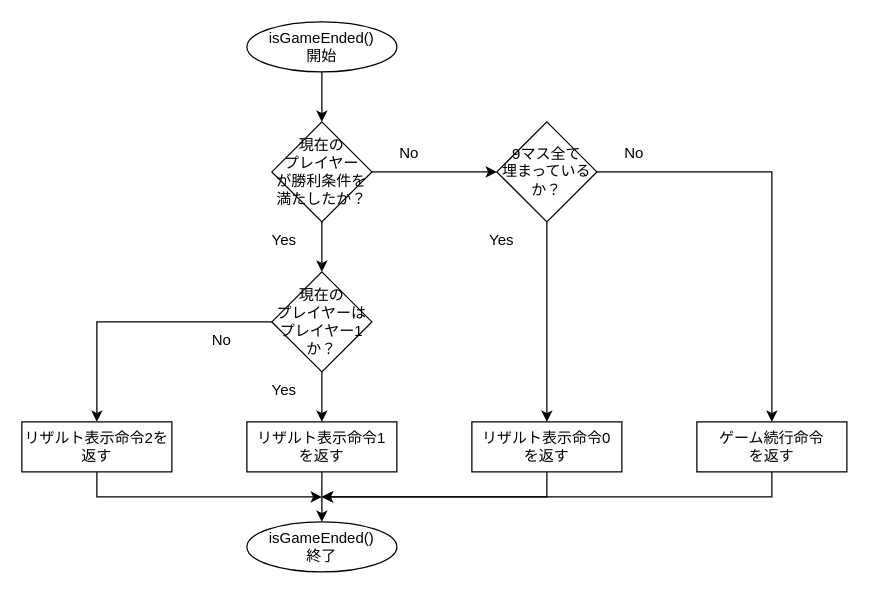
hip-umemura/tic_tac_toe keeps this draw.io diagram as 詳細仕様書/図表/Function/Play_Tic_Tac_toe/isGame_Ended/isGame_Ended.drawio. Above is the earlier version. Source tidied: cells renumbered, new cells numbered last; positions are measured from the earlier drawing's top-left corner, leaving out a move shared by most shapes. Both pictures are drawn from the tidied source at 125%, with x=0, y=0 at pixel (21, 21).
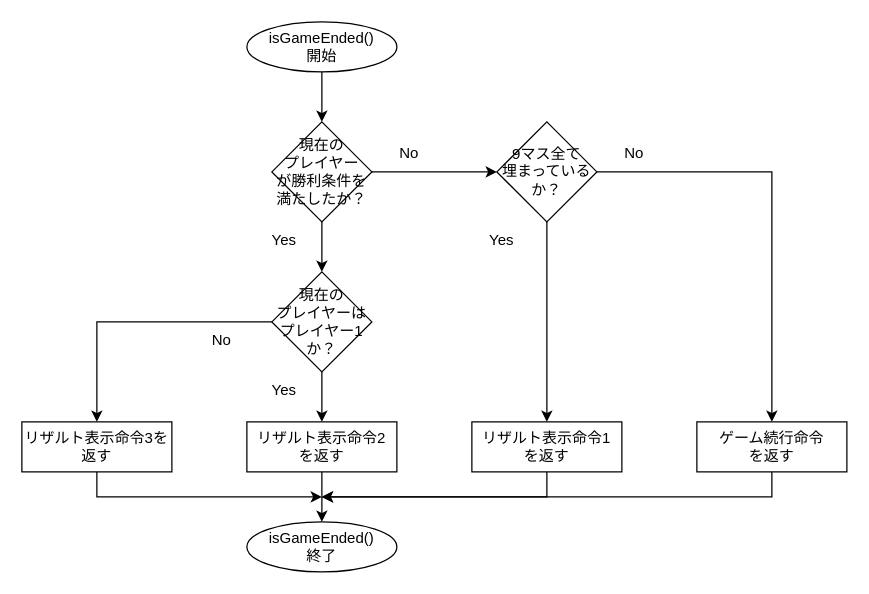
The same page after the edit.

What changed in the source:
```diff
@@
-    <mxCell id="11" value="リザルト表示命令1&lt;div&gt;を返す&lt;/div&gt;" style="rounded=0;whiteSpace=wrap;html=1;" parent="1" vertex="1">
+    <mxCell id="11" value="リザルト表示命令2&lt;div&gt;を返す&lt;/div&gt;" style="rounded=0;whiteSpace=wrap;html=1;" parent="1" vertex="1">
       <mxGeometry x="180" y="320" width="120" height="40" as="geometry" />
     </mxCell>
@@
-    <mxCell id="13" value="リザルト表示命令0&lt;br&gt;を返す" style="rounded=0;whiteSpace=wrap;html=1;" parent="1" vertex="1">
+    <mxCell id="13" value="リザルト表示命令1&lt;br&gt;を返す" style="rounded=0;whiteSpace=wrap;html=1;" parent="1" vertex="1">
       <mxGeometry x="360" y="320" width="120" height="40" as="geometry" />
     </mxCell>
@@
-    <mxCell id="23" value="リザルト表示命令2を返す" style="rounded=0;whiteSpace=wrap;html=1;" parent="1" vertex="1">
+    <mxCell id="23" value="リザルト表示命令3を返す" style="rounded=0;whiteSpace=wrap;html=1;" parent="1" vertex="1">
       <mxGeometry y="320" width="120" height="40" as="geometry" />
     </mxCell>
```
